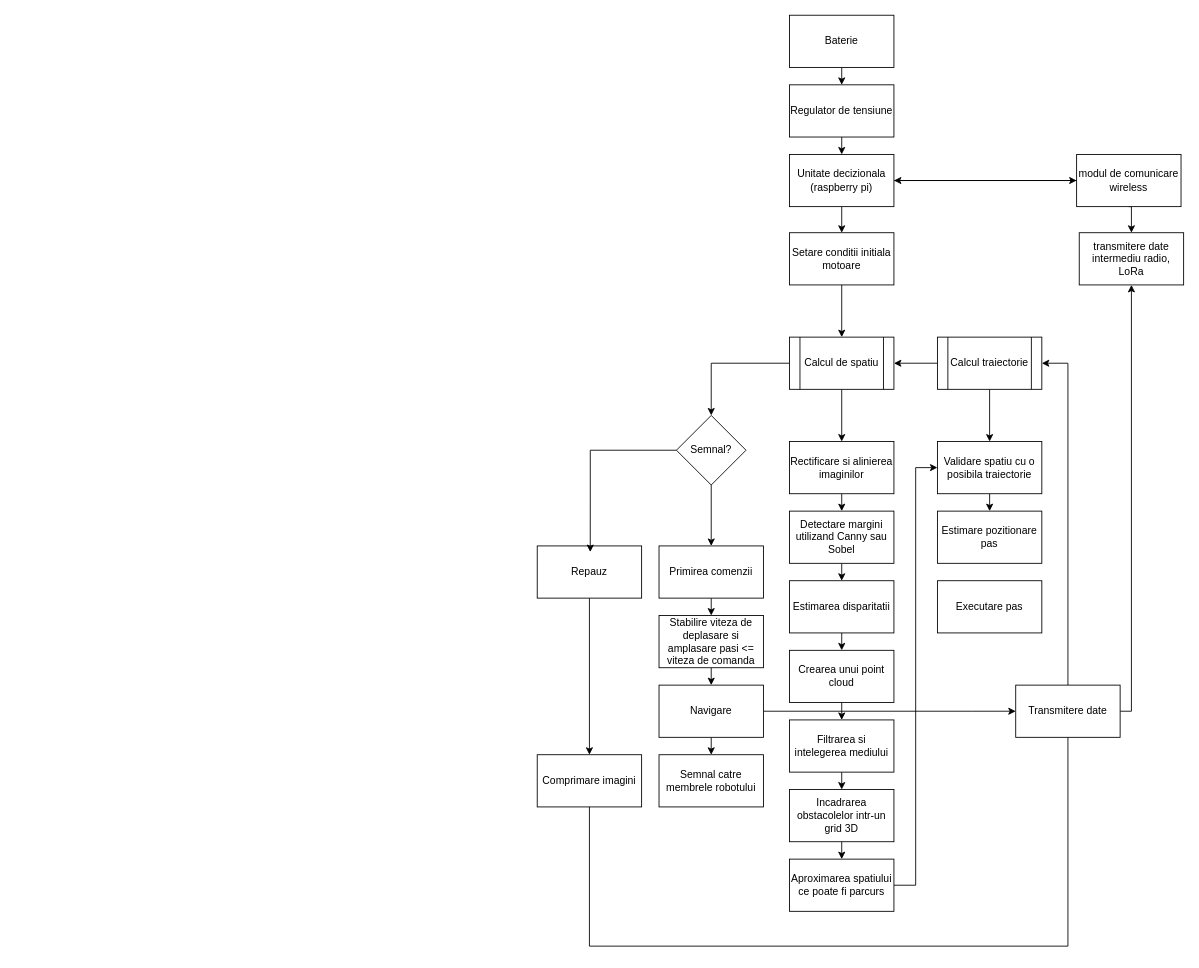
The draw.io diagram schema-concept.drawio in PumpKPie/quadruped-development, before the edit. Source tidied: cells renumbered, new cells numbered last; positions are measured from the earlier drawing's top-left corner, leaving out a move shared by most shapes. Both pictures are drawn from the tidied source at 87%, with x=0, y=0 at pixel (537, 15).
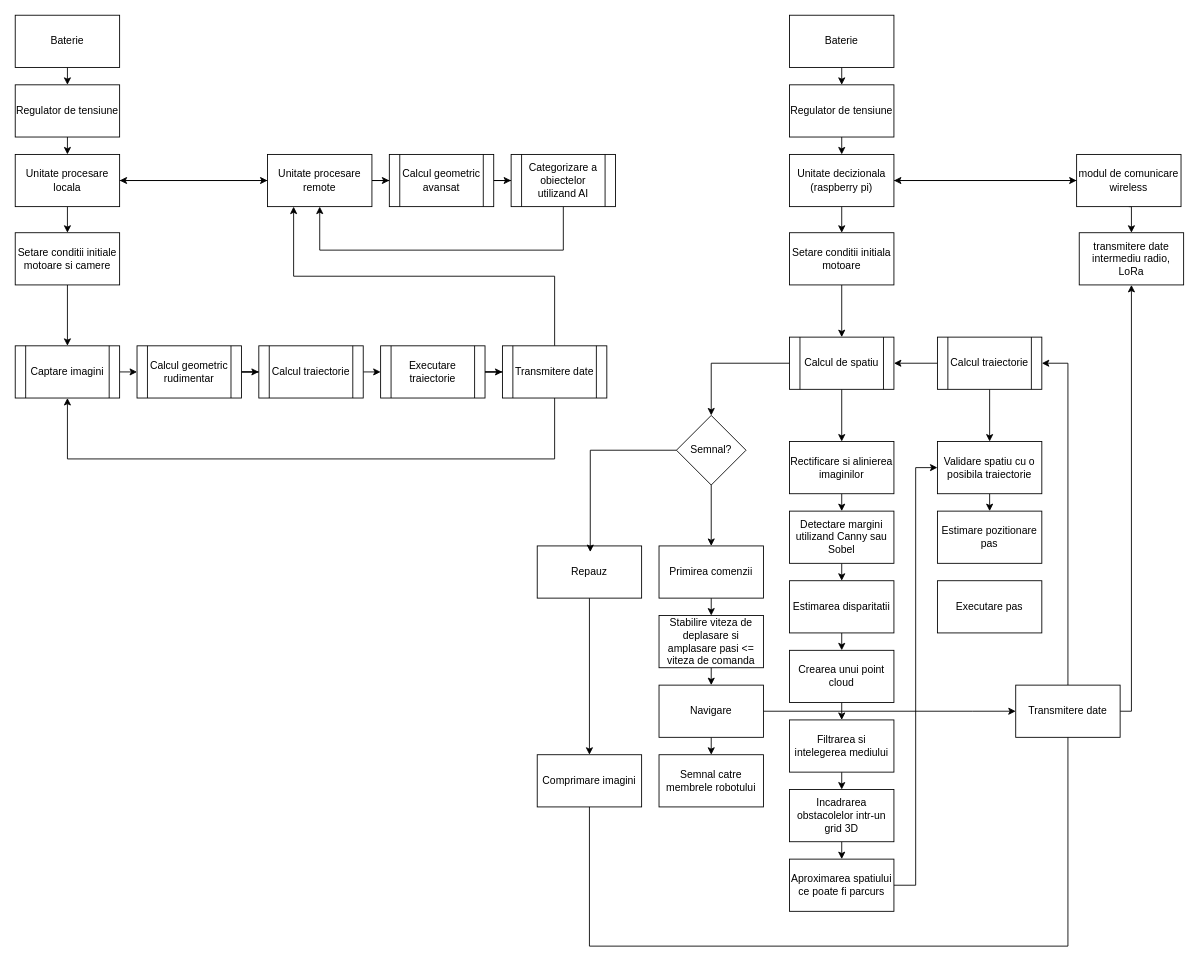
The same diagram, later.

What changed in the source:
```diff
@@
+    <mxCell id="57" style="edgeStyle=orthogonalEdgeStyle;rounded=0;jettySize=auto;html=1;exitX=0.5;exitY=1;exitDx=0;exitDy=0;entryX=0.5;entryY=0;entryDx=0;entryDy=0;" parent="1" edge="1" source="59" target="65">
+      <mxGeometry relative="1" as="geometry" />
+    </mxCell>
+    <mxCell id="58" style="edgeStyle=orthogonalEdgeStyle;rounded=0;jettySize=auto;html=1;entryX=0;entryY=0.5;entryDx=0;entryDy=0;" parent="1" edge="1" source="59" target="68">
+      <mxGeometry relative="1" as="geometry" />
+    </mxCell>
+    <mxCell id="59" value="Unitate procesare locala" style="rounded=0;whiteSpace=wrap;html=1;" parent="1" vertex="1">
+      <mxGeometry x="-600" y="160" width="120" height="60" as="geometry" />
+    </mxCell>
+    <mxCell id="60" style="edgeStyle=orthogonalEdgeStyle;rounded=0;jettySize=auto;html=1;exitX=0.5;exitY=1;exitDx=0;exitDy=0;entryX=0.5;entryY=0;entryDx=0;entryDy=0;" parent="1" edge="1" source="61" target="63">
+      <mxGeometry relative="1" as="geometry" />
+    </mxCell>
+    <mxCell id="61" value="Baterie" style="rounded=0;whiteSpace=wrap;html=1;" parent="1" vertex="1">
+      <mxGeometry x="-600" width="120" height="60" as="geometry" />
+    </mxCell>
+    <mxCell id="62" style="edgeStyle=orthogonalEdgeStyle;rounded=0;jettySize=auto;html=1;exitX=0.5;exitY=1;exitDx=0;exitDy=0;entryX=0.5;entryY=0;entryDx=0;entryDy=0;" parent="1" edge="1" source="63" target="59">
+      <mxGeometry relative="1" as="geometry" />
+    </mxCell>
+    <mxCell id="63" value="Regulator de tensiune" style="rounded=0;whiteSpace=wrap;html=1;" parent="1" vertex="1">
+      <mxGeometry x="-600" y="80" width="120" height="60" as="geometry" />
+    </mxCell>
+    <mxCell id="64" style="edgeStyle=orthogonalEdgeStyle;rounded=0;jettySize=auto;html=1;exitX=0.5;exitY=1;exitDx=0;exitDy=0;entryX=0.5;entryY=0;entryDx=0;entryDy=0;" parent="1" edge="1" source="65" target="80">
+      <mxGeometry relative="1" as="geometry" />
+    </mxCell>
+    <mxCell id="65" value="Setare conditii initiale motoare si camere" style="rounded=0;whiteSpace=wrap;html=1;" parent="1" vertex="1">
+      <mxGeometry x="-600" y="250" width="120" height="60" as="geometry" />
+    </mxCell>
+    <mxCell id="66" style="edgeStyle=orthogonalEdgeStyle;rounded=0;jettySize=auto;html=1;" parent="1" edge="1" source="68" target="59">
+      <mxGeometry relative="1" as="geometry" />
+    </mxCell>
+    <mxCell id="67" style="edgeStyle=orthogonalEdgeStyle;rounded=0;jettySize=auto;html=1;" parent="1" edge="1" source="68" target="70">
+      <mxGeometry relative="1" as="geometry" />
+    </mxCell>
+    <mxCell id="68" value="Unitate procesare remote" style="rounded=0;whiteSpace=wrap;html=1;" parent="1" vertex="1">
+      <mxGeometry x="-310" y="160" width="120" height="60" as="geometry" />
+    </mxCell>
+    <mxCell id="69" style="edgeStyle=orthogonalEdgeStyle;rounded=0;jettySize=auto;html=1;" parent="1" edge="1" source="70" target="74">
+      <mxGeometry relative="1" as="geometry" />
+    </mxCell>
+    <mxCell id="70" value="Calcul geometric avansat" style="shape=process;whiteSpace=wrap;html=1;backgroundOutline=1;" parent="1" vertex="1">
+      <mxGeometry x="-170" y="160" width="120" height="60" as="geometry" />
+    </mxCell>
+    <mxCell id="71" style="edgeStyle=orthogonalEdgeStyle;rounded=0;jettySize=auto;html=1;" parent="1" edge="1" source="72" target="76">
+      <mxGeometry relative="1" as="geometry" />
+    </mxCell>
+    <mxCell id="72" value="Calcul geometric rudimentar" style="shape=process;whiteSpace=wrap;html=1;backgroundOutline=1;" parent="1" vertex="1">
+      <mxGeometry x="-460" y="380" width="120" height="60" as="geometry" />
+    </mxCell>
+    <mxCell id="73" style="edgeStyle=orthogonalEdgeStyle;rounded=0;jettySize=auto;html=1;exitX=0.5;exitY=1;exitDx=0;exitDy=0;entryX=0.5;entryY=1;entryDx=0;entryDy=0;" parent="1" edge="1" source="74" target="68">
+      <mxGeometry relative="1" as="geometry">
+        <Array as="points">
+          <mxPoint x="30" y="270" />
+          <mxPoint x="-250" y="270" />
+        </Array>
+      </mxGeometry>
+    </mxCell>
+    <mxCell id="74" value="Categorizare a obiectelor utilizand AI" style="shape=process;whiteSpace=wrap;html=1;backgroundOutline=1;" parent="1" vertex="1">
+      <mxGeometry x="-30" y="160" width="120" height="60" as="geometry" />
+    </mxCell>
+    <mxCell id="75" style="edgeStyle=orthogonalEdgeStyle;rounded=0;jettySize=auto;html=1;exitX=1;exitY=0.5;exitDx=0;exitDy=0;entryX=0;entryY=0.5;entryDx=0;entryDy=0;" parent="1" edge="1" source="76" target="78">
+      <mxGeometry relative="1" as="geometry" />
+    </mxCell>
+    <mxCell id="76" value="Calcul traiectorie" style="shape=process;whiteSpace=wrap;html=1;backgroundOutline=1;" parent="1" vertex="1">
+      <mxGeometry x="-320" y="380" width="120" height="60" as="geometry" />
+    </mxCell>
+    <mxCell id="77" style="edgeStyle=orthogonalEdgeStyle;rounded=0;jettySize=auto;html=1;exitX=1;exitY=0.5;exitDx=0;exitDy=0;" parent="1" edge="1" source="78" target="83">
+      <mxGeometry relative="1" as="geometry" />
+    </mxCell>
+    <mxCell id="78" value="Executare traiectorie" style="shape=process;whiteSpace=wrap;html=1;backgroundOutline=1;" parent="1" vertex="1">
+      <mxGeometry x="-180" y="380" width="120" height="60" as="geometry" />
+    </mxCell>
+    <mxCell id="79" style="edgeStyle=orthogonalEdgeStyle;rounded=0;jettySize=auto;html=1;exitX=1;exitY=0.5;exitDx=0;exitDy=0;entryX=0;entryY=0.5;entryDx=0;entryDy=0;" parent="1" edge="1" source="80" target="72">
+      <mxGeometry relative="1" as="geometry" />
+    </mxCell>
+    <mxCell id="80" value="Captare imagini" style="shape=process;whiteSpace=wrap;html=1;backgroundOutline=1;" parent="1" vertex="1">
+      <mxGeometry x="-600" y="380" width="120" height="60" as="geometry" />
+    </mxCell>
+    <mxCell id="81" style="edgeStyle=orthogonalEdgeStyle;rounded=0;jettySize=auto;html=1;exitX=0.5;exitY=0;exitDx=0;exitDy=0;entryX=0.25;entryY=1;entryDx=0;entryDy=0;" parent="1" edge="1" source="83" target="68">
+      <mxGeometry relative="1" as="geometry" />
+    </mxCell>
+    <mxCell id="82" style="edgeStyle=orthogonalEdgeStyle;rounded=0;jettySize=auto;html=1;exitX=0.5;exitY=1;exitDx=0;exitDy=0;entryX=0.5;entryY=1;entryDx=0;entryDy=0;" parent="1" edge="1" source="83" target="80">
+      <mxGeometry relative="1" as="geometry">
+        <Array as="points">
+          <mxPoint x="20" y="510" />
+          <mxPoint x="-540" y="510" />
+        </Array>
+      </mxGeometry>
+    </mxCell>
+    <mxCell id="83" value="Transmitere date" style="shape=process;whiteSpace=wrap;html=1;backgroundOutline=1;" parent="1" vertex="1">
+      <mxGeometry x="-40" y="380" width="120" height="60" as="geometry" />
+    </mxCell>
```
